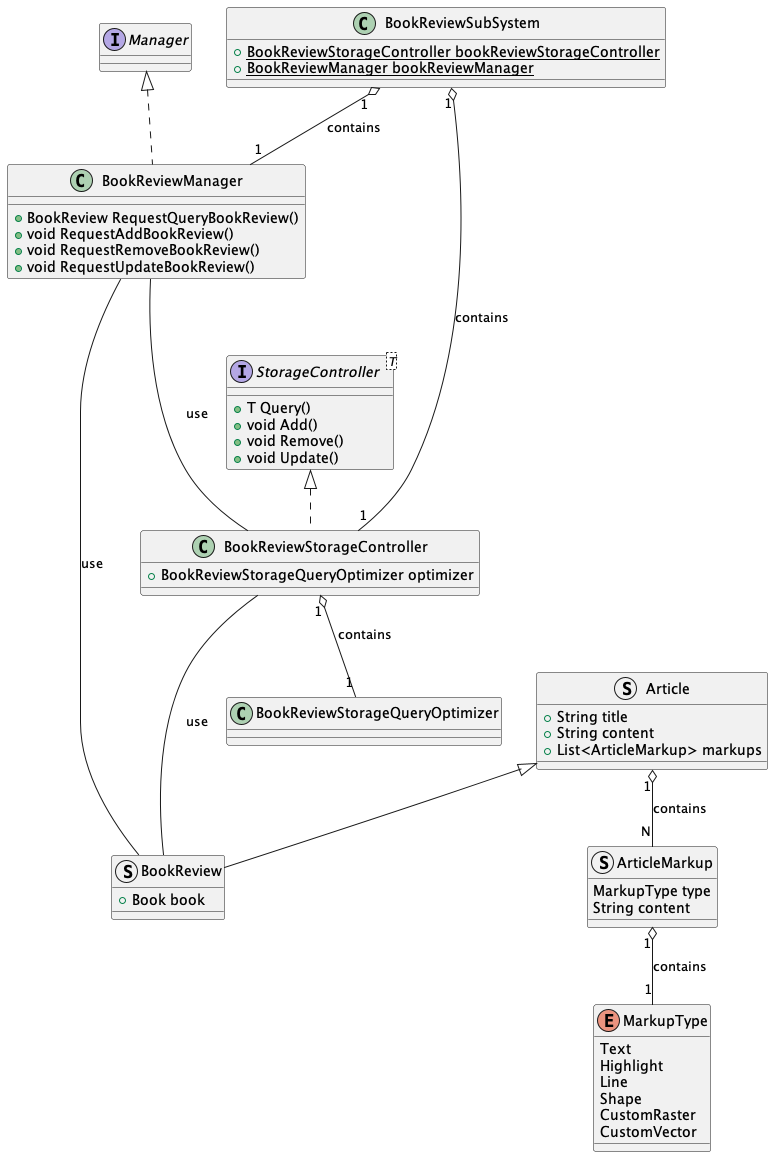
This is rendered/BookReview.png from ShapeLayer/se-lecture-task__project-structure-definitions, a PlantUML export, as it was before one commit.
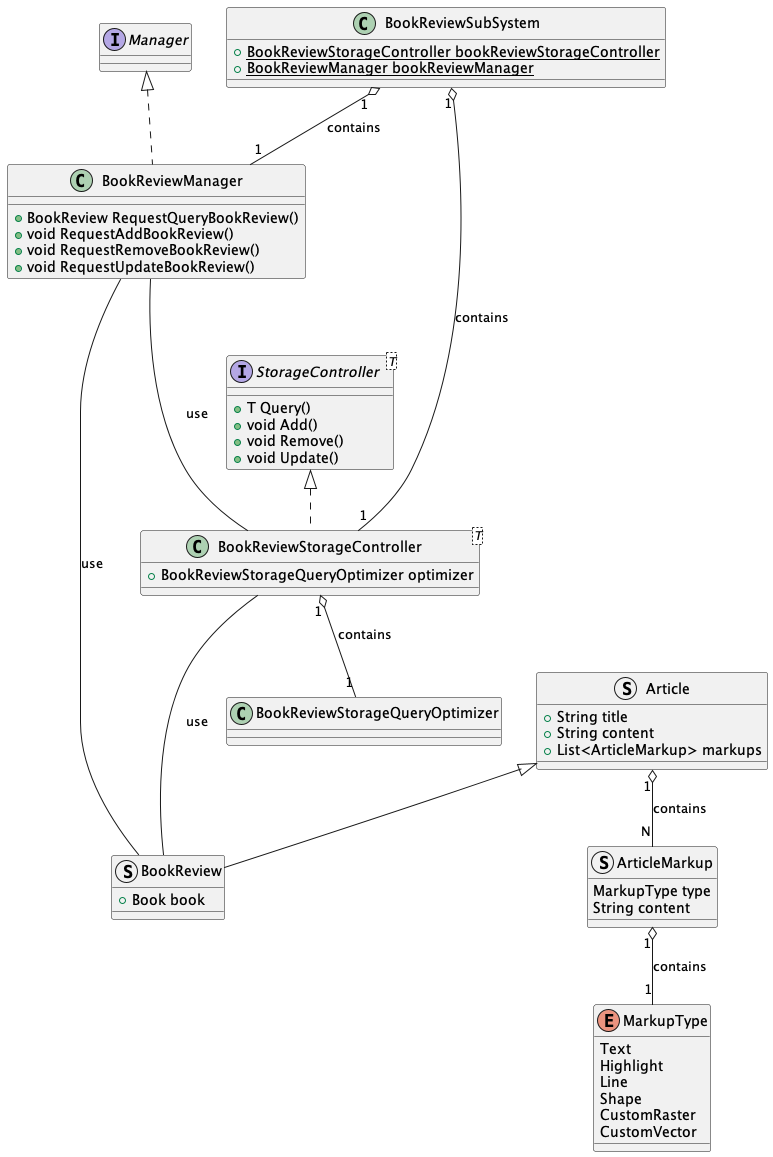
After the change.

Diff of the diagram source:
```diff
@@ -46,7 +46,7 @@
 BookReviewManager --- BookReviewStorageController : use
 
 class BookReviewStorageQueryOptimizer {}
-class BookReviewStorageController implements StorageController {
+class BookReviewStorageController<T> implements StorageController {
     + BookReviewStorageQueryOptimizer optimizer
 }
 BookReviewStorageController "1" o-- "1" BookReviewStorageQueryOptimizer : contains
```
